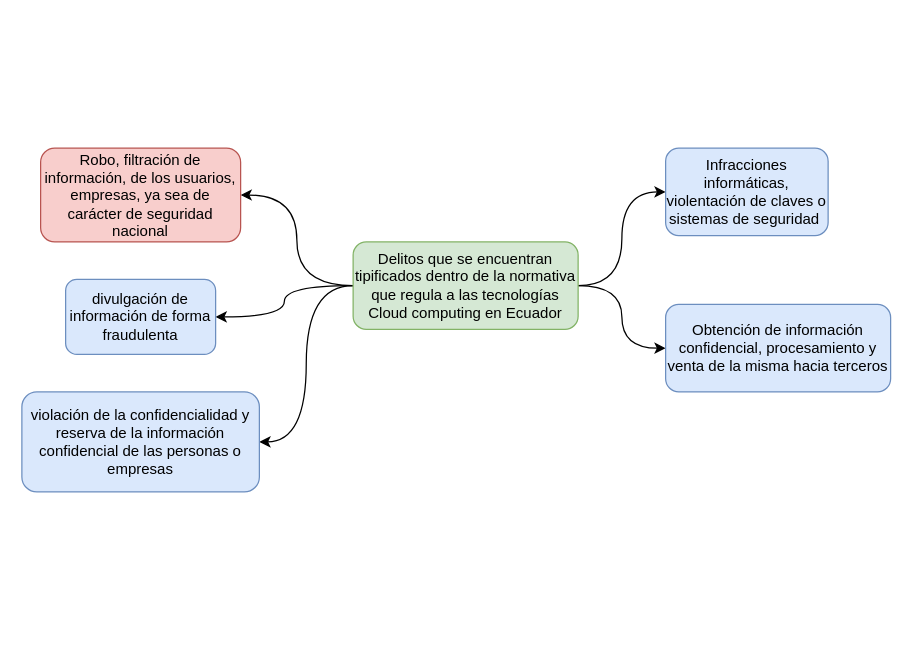
Before: S2T1-mapa-mental.drawio in whuera/S2T1-mapa-mental, a draw.io diagram. Source tidied: cells renumbered, new cells numbered last; positions are measured from the earlier drawing's top-left corner, leaving out a move shared by most shapes. Both pictures are drawn from the tidied source at 125%, with x=0, y=0 at pixel (21, 148).
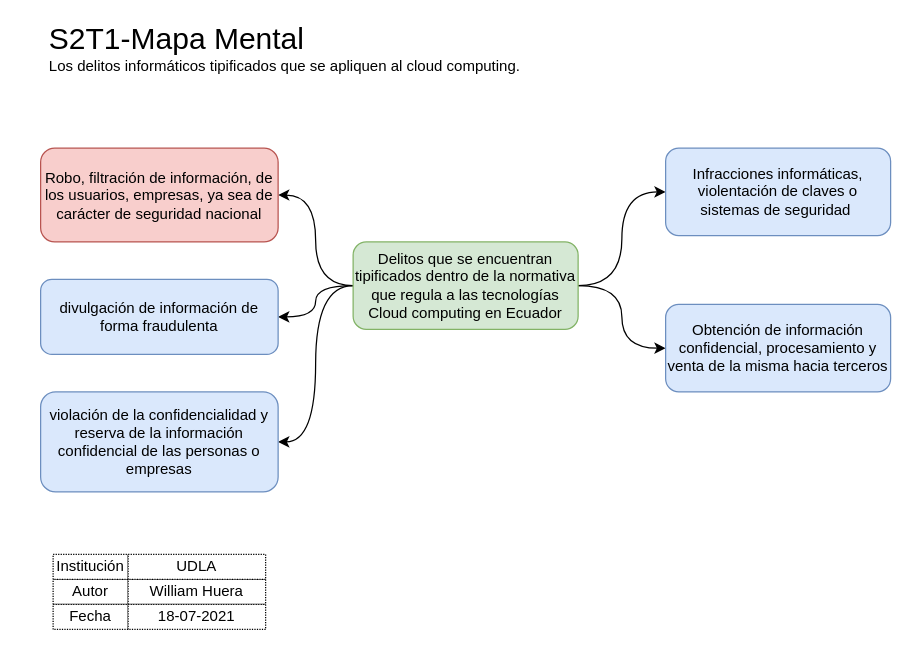
The same page after the edit.

Change to the diagram source:
```diff
@@
 <mxGraphModel>
   <root>
     <mxCell id="0" />
     <mxCell id="1" parent="0" />
     <mxCell id="2" style="edgeStyle=orthogonalEdgeStyle;curved=1;rounded=0;jettySize=auto;html=1;entryX=1;entryY=0.5;entryDx=0;entryDy=0;" parent="1" edge="1" source="7" target="8">
       <mxGeometry relative="1" as="geometry" />
     </mxCell>
     <mxCell id="3" style="edgeStyle=orthogonalEdgeStyle;curved=1;rounded=0;jettySize=auto;html=1;entryX=0;entryY=0.5;entryDx=0;entryDy=0;" parent="1" edge="1" source="7" target="10">
       <mxGeometry relative="1" as="geometry" />
     </mxCell>
     <mxCell id="4" style="edgeStyle=orthogonalEdgeStyle;curved=1;rounded=0;jettySize=auto;html=1;entryX=1;entryY=0.5;entryDx=0;entryDy=0;" parent="1" edge="1" source="7" target="9">
       <mxGeometry relative="1" as="geometry" />
     </mxCell>
     <mxCell id="5" style="edgeStyle=orthogonalEdgeStyle;curved=1;rounded=0;jettySize=auto;html=1;" parent="1" edge="1" source="7" target="11">
       <mxGeometry relative="1" as="geometry" />
     </mxCell>
     <mxCell id="6" style="edgeStyle=orthogonalEdgeStyle;curved=1;rounded=0;jettySize=auto;html=1;entryX=1;entryY=0.5;entryDx=0;entryDy=0;" parent="1" edge="1" source="7" target="12">
       <mxGeometry relative="1" as="geometry" />
     </mxCell>
     <mxCell id="7" value="Delitos que se encuentran tipificados dentro de la normativa que regula a las tecnologías Cloud computing en Ecuador" style="rounded=1;whiteSpace=wrap;html=1;fillColor=#d5e8d4;strokeColor=#82b366;" parent="1" vertex="1">
       <mxGeometry x="265" y="75" width="180" height="70" as="geometry" />
     </mxCell>
     <mxCell id="8" value="Robo, filtración de información, de los usuarios, empresas, ya sea de carácter de seguridad nacional" style="rounded=1;whiteSpace=wrap;html=1;fillColor=#f8cecc;strokeColor=#b85450;" parent="1" vertex="1">
-      <mxGeometry x="15" width="160" height="75" as="geometry" />
+      <mxGeometry x="15" width="190" height="75" as="geometry" />
     </mxCell>
     <mxCell id="9" value="divulgación de información de forma fraudulenta" style="rounded=1;whiteSpace=wrap;html=1;fillColor=#dae8fc;strokeColor=#6c8ebf;" parent="1" vertex="1">
-      <mxGeometry x="35" y="105" width="120" height="60" as="geometry" />
+      <mxGeometry x="15" y="105" width="190" height="60" as="geometry" />
     </mxCell>
     <mxCell id="10" value="Infracciones informáticas, violentación de claves o sistemas de seguridad&amp;nbsp;" style="rounded=1;whiteSpace=wrap;html=1;fillColor=#dae8fc;strokeColor=#6c8ebf;" parent="1" vertex="1">
-      <mxGeometry x="515" width="130" height="70" as="geometry" />
+      <mxGeometry x="515" width="180" height="70" as="geometry" />
     </mxCell>
     <mxCell id="11" value="Obtención de información confidencial, procesamiento y venta de la misma hacia terceros" style="rounded=1;whiteSpace=wrap;html=1;fillColor=#dae8fc;strokeColor=#6c8ebf;" parent="1" vertex="1">
       <mxGeometry x="515" y="125" width="180" height="70" as="geometry" />
     </mxCell>
     <mxCell id="12" value="violación de la confidencialidad y reserva de la información confidencial de las personas o empresas" style="rounded=1;whiteSpace=wrap;html=1;fillColor=#dae8fc;strokeColor=#6c8ebf;" parent="1" vertex="1">
-      <mxGeometry y="195" width="190" height="80" as="geometry" />
+      <mxGeometry x="15" y="195" width="190" height="80" as="geometry" />
     </mxCell>
+    <mxCell id="13" value="&lt;div style=&quot;text-align: left&quot;&gt;&lt;span&gt;&lt;font style=&quot;font-size: 24px&quot;&gt;S2T1-Mapa Mental&lt;/font&gt;&lt;/span&gt;&lt;/div&gt;Los delitos informáticos tipificados que se apliquen al cloud computing." style="text;html=1;align=center;verticalAlign=middle;strokeColor=none;" parent="1" vertex="1">
+      <mxGeometry x="15" y="-100" width="390" height="40" as="geometry" />
+    </mxCell>
+    <mxCell id="14" value="Autor" style="rounded=0;whiteSpace=wrap;html=1;dashed=1;dashPattern=1 1;" parent="1" vertex="1">
+      <mxGeometry x="25" y="345" width="60" height="20" as="geometry" />
+    </mxCell>
+    <mxCell id="15" value="William Huera" style="rounded=0;whiteSpace=wrap;html=1;dashed=1;dashPattern=1 1;" parent="1" vertex="1">
+      <mxGeometry x="85" y="345" width="110" height="20" as="geometry" />
+    </mxCell>
+    <mxCell id="16" value="Institución" style="rounded=0;whiteSpace=wrap;html=1;dashed=1;dashPattern=1 1;" parent="1" vertex="1">
+      <mxGeometry x="25" y="325" width="60" height="20" as="geometry" />
+    </mxCell>
+    <mxCell id="17" value="UDLA" style="rounded=0;whiteSpace=wrap;html=1;dashed=1;dashPattern=1 1;" parent="1" vertex="1">
+      <mxGeometry x="85" y="325" width="110" height="20" as="geometry" />
+    </mxCell>
+    <mxCell id="18" value="Fecha" style="rounded=0;whiteSpace=wrap;html=1;dashed=1;dashPattern=1 1;" parent="1" vertex="1">
+      <mxGeometry x="25" y="365" width="60" height="20" as="geometry" />
+    </mxCell>
+    <mxCell id="19" value="18-07-2021" style="rounded=0;whiteSpace=wrap;html=1;dashed=1;dashPattern=1 1;" parent="1" vertex="1">
+      <mxGeometry x="85" y="365" width="110" height="20" as="geometry" />
+    </mxCell>
   </root>
 </mxGraphModel>
```
